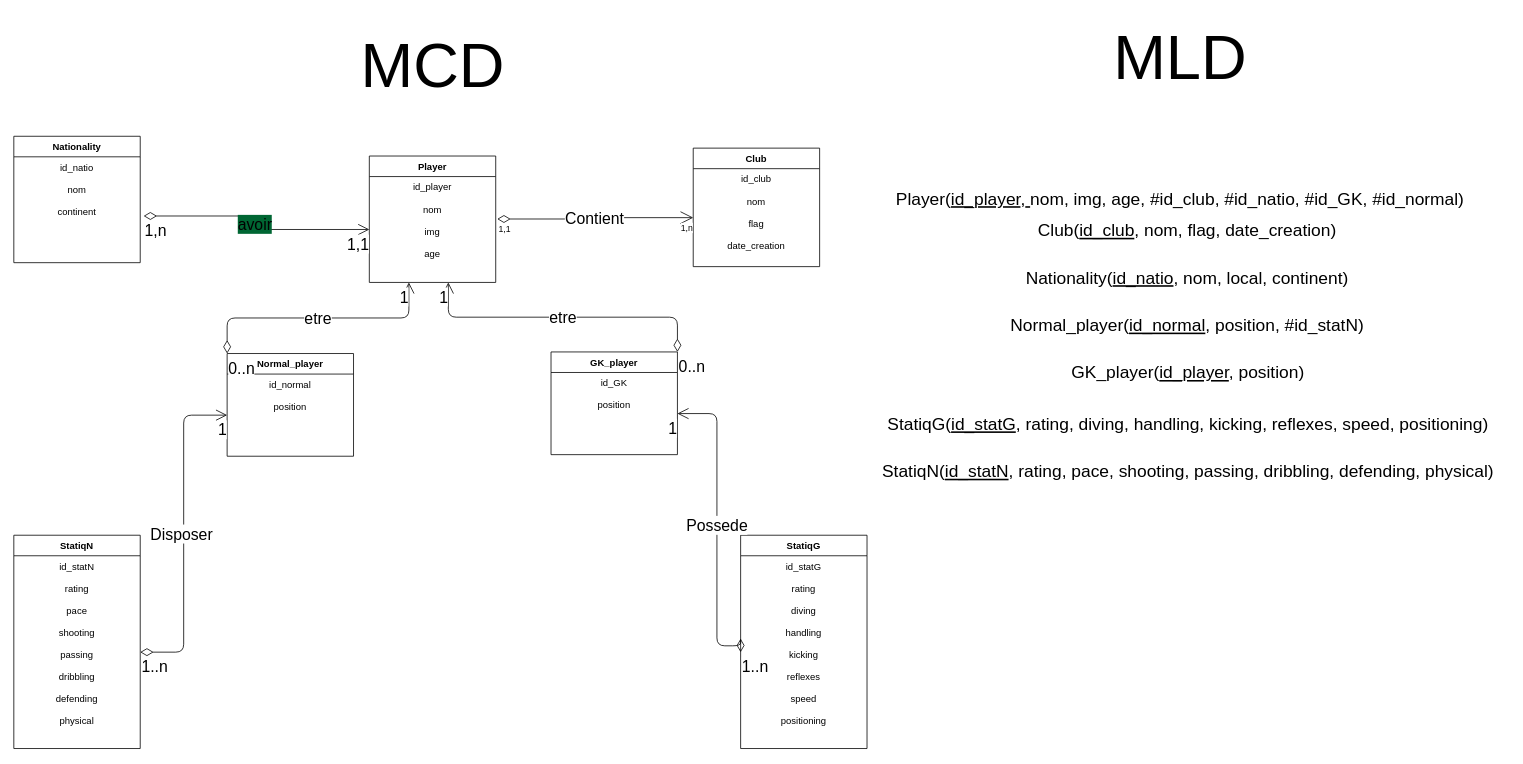
Earlier version of the draw.io diagram conception/test.drawio (abdell3/PHP-FUT). Source tidied: cells renumbered, new cells numbered last; positions are measured from the earlier drawing's top-left corner, leaving out a move shared by most shapes. Both pictures are drawn from the tidied source at 79%, with x=0, y=0 at pixel (13, 13).
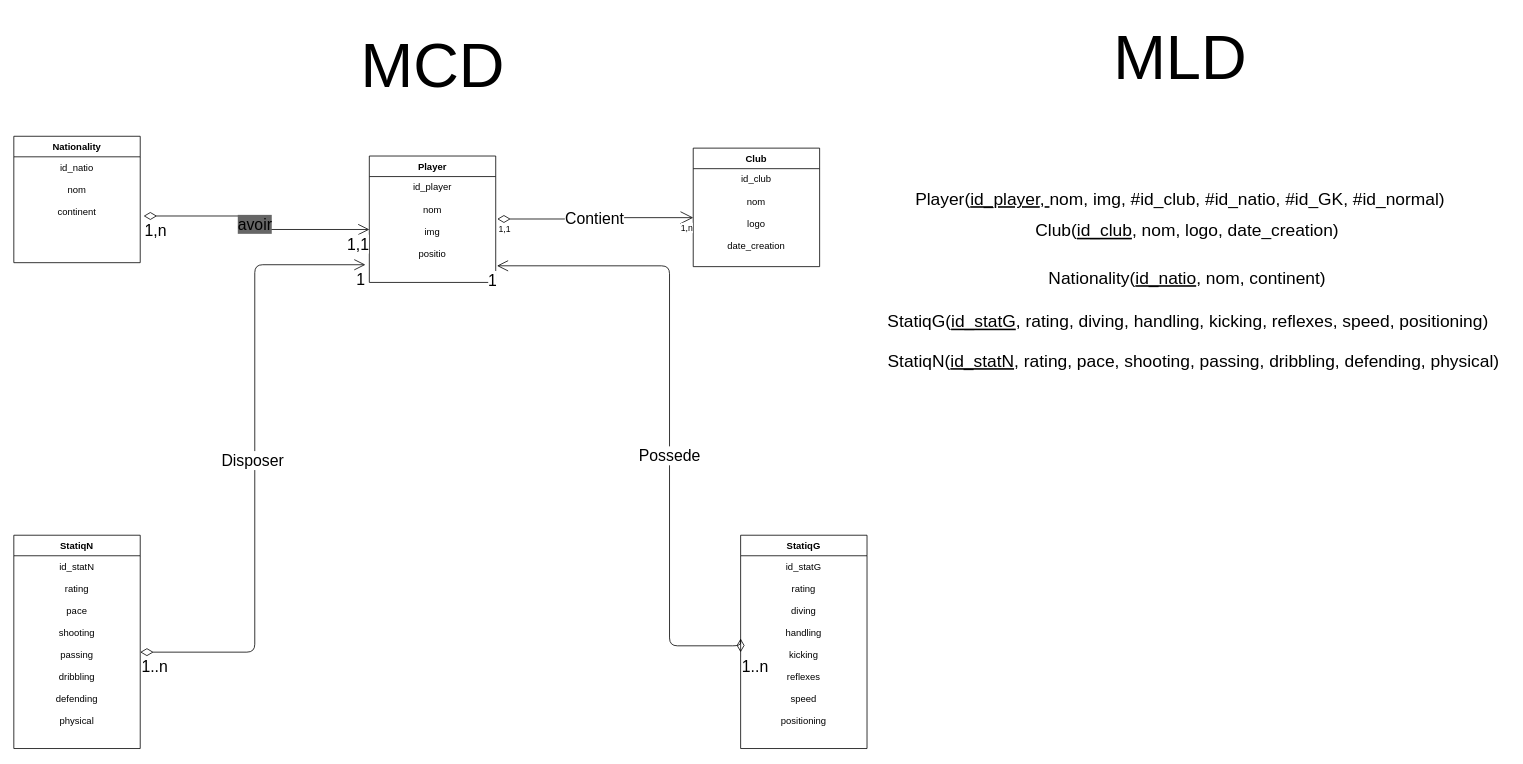
Above is the later version.

Commit message (it also covers changes not shown here):
Creer les tableaux, inserer les données dans les tableaux, modifier l MCD et MLD

Unchanged cells that the change refers to:
```xml
<mxCell id="2" value="Player" style="swimlane;fontStyle=1;align=center;verticalAlign=top;horizontal=1;startSize=26;" parent="1" vertex="1">
  <mxGeometry x="450" y="180" width="160" height="160" as="geometry" />
</mxCell>
<mxCell id="5" value="id_natio&#10;&#10;nom&#10;&#10;continent&#10;&#10;&#10;" style="text;strokeColor=none;fillColor=none;align=center;verticalAlign=top;spacingLeft=4;spacingRight=4;overflow=hidden;points=[[0,0.5],[1,0.5]];portConstraint=eastwest;" parent="4" vertex="1">
  <mxGeometry y="26" width="160" height="134" as="geometry" />
</mxCell>
<mxCell id="7" value="id_statN&#10;&#10;rating&#10;&#10;pace&#10;&#10;shooting&#10;&#10;passing&#10;&#10;dribbling&#10;&#10;defending&#10;&#10;physical" style="text;strokeColor=none;fillColor=none;align=center;verticalAlign=top;spacingLeft=4;spacingRight=4;overflow=hidden;points=[[0,0.5],[1,0.5]];portConstraint=eastwest;" parent="6" vertex="1">
  <mxGeometry y="26" width="160" height="244" as="geometry" />
</mxCell>
<mxCell id="11" value="Club" style="swimlane;fontStyle=1;align=center;verticalAlign=top;horizontal=1;startSize=26;" parent="1" vertex="1">
  <mxGeometry x="860" y="170" width="160" height="150" as="geometry" />
</mxCell>
<mxCell id="36" value="id_statG&#10;&#10;rating&#10;&#10;diving&#10;&#10;handling&#10;&#10;kicking&#10;&#10;reflexes&#10;&#10;speed&#10;&#10;positioning" style="text;strokeColor=none;fillColor=none;align=center;verticalAlign=top;spacingLeft=4;spacingRight=4;overflow=hidden;points=[[0,0.5],[1,0.5]];portConstraint=eastwest;" parent="35" vertex="1">
  <mxGeometry y="26" width="160" height="244" as="geometry" />
</mxCell>
```

What changed in the source:
```diff
@@
-    <mxCell id="3" value="id_player&#10;&#10;nom&#10;&#10;img&#10;&#10;age&#10;&#10;&#10;" style="text;strokeColor=none;fillColor=none;align=center;verticalAlign=top;spacingLeft=4;spacingRight=4;overflow=hidden;points=[[0,0.5],[1,0.5]];portConstraint=eastwest;fontFamily=Helvetica;" parent="2" vertex="1">
+    <mxCell id="3" value="id_player&#10;&#10;nom&#10;&#10;img&#10;&#10;positio" style="text;strokeColor=none;fillColor=none;align=center;verticalAlign=top;spacingLeft=4;spacingRight=4;overflow=hidden;points=[[0,0.5],[1,0.5]];portConstraint=eastwest;fontFamily=Helvetica;" parent="2" vertex="1">
       <mxGeometry y="26" width="160" height="134" as="geometry" />
     </mxCell>
@@
-    <mxCell id="8" value="avoir" style="endArrow=open;html=1;endSize=12;startArrow=diamondThin;startSize=14;startFill=0;edgeStyle=orthogonalEdgeStyle;fontFamily=Helvetica;fontSize=20;exitX=1.027;exitY=0.559;exitDx=0;exitDy=0;exitPerimeter=0;entryX=0;entryY=0.5;entryDx=0;entryDy=0;labelBackgroundColor=#006633;" parent="1" edge="1" source="5" target="3">
+    <mxCell id="8" value="avoir" style="endArrow=open;html=1;endSize=12;startArrow=diamondThin;startSize=14;startFill=0;edgeStyle=orthogonalEdgeStyle;fontFamily=Helvetica;fontSize=20;exitX=1.027;exitY=0.559;exitDx=0;exitDy=0;exitPerimeter=0;entryX=0;entryY=0.5;entryDx=0;entryDy=0;labelBackgroundColor=#666666;" parent="1" edge="1" source="5" target="3">
       <mxGeometry relative="1" as="geometry" />
     </mxCell>
@@
-    <mxCell id="12" value="id_club&#10;&#10;nom&#10;&#10;flag&#10;&#10;date_creation&#10;&#10;&#10;" style="text;strokeColor=none;fillColor=none;align=center;verticalAlign=top;spacingLeft=4;spacingRight=4;overflow=hidden;points=[[0,0.5],[1,0.5]];portConstraint=eastwest;" parent="11" vertex="1">
+    <mxCell id="12" value="id_club&#10;&#10;nom&#10;&#10;logo&#10;&#10;date_creation&#10;&#10;&#10;" style="text;strokeColor=none;fillColor=none;align=center;verticalAlign=top;spacingLeft=4;spacingRight=4;overflow=hidden;points=[[0,0.5],[1,0.5]];portConstraint=eastwest;" parent="11" vertex="1">
       <mxGeometry y="26" width="160" height="124" as="geometry" />
     </mxCell>
-    <mxCell id="13" value="Normal_player(&lt;u style=&quot;font-size: 22px;&quot;&gt;id_normal&lt;/u&gt;, position, #id_statN)" style="text;html=1;align=center;verticalAlign=middle;strokeColor=none;fillColor=none;fontSize=22;fontFamily=Helvetica;" parent="1" vertex="1">
-      <mxGeometry x="1250" y="375" width="470" height="40" as="geometry" />
-    </mxCell>
-    <mxCell id="14" value="Club(&lt;u style=&quot;font-size: 22px;&quot;&gt;id_club&lt;/u&gt;, nom, flag, date_creation)" style="text;html=1;align=center;verticalAlign=middle;strokeColor=none;fillColor=none;fontSize=22;fontFamily=Helvetica;" parent="1" vertex="1">
-      <mxGeometry x="1285" y="255" width="400" height="40" as="geometry" />
+    <mxCell id="14" value="Club(&lt;u style=&quot;font-size: 22px;&quot;&gt;id_club&lt;/u&gt;, nom, logo, date_creation)" style="text;html=1;align=center;verticalAlign=middle;strokeColor=none;fillColor=none;fontSize=22;fontFamily=Helvetica;" parent="1" vertex="1">
+      <mxGeometry x="1280" y="255" width="410" height="40" as="geometry" />
     </mxCell>
-    <mxCell id="15" value="GK_player(&lt;u style=&quot;font-size: 22px;&quot;&gt;id_player&lt;/u&gt;, position)" style="text;html=1;align=center;verticalAlign=middle;strokeColor=none;fillColor=none;fontSize=22;fontFamily=Helvetica;" parent="1" vertex="1">
-      <mxGeometry x="1326" y="435" width="320" height="40" as="geometry" />
-    </mxCell>
-    <mxCell id="16" value="Nationality(&lt;u style=&quot;font-size: 22px;&quot;&gt;id_natio&lt;/u&gt;, nom, local, continent)" style="text;html=1;align=center;verticalAlign=middle;strokeColor=none;fillColor=none;fontSize=22;fontFamily=Helvetica;" parent="1" vertex="1">
-      <mxGeometry x="1270" y="315" width="430" height="40" as="geometry" />
+    <mxCell id="16" value="Nationality(&lt;u style=&quot;font-size: 22px;&quot;&gt;id_natio&lt;/u&gt;, nom, continent)" style="text;html=1;align=center;verticalAlign=middle;strokeColor=none;fillColor=none;fontSize=22;fontFamily=Helvetica;" parent="1" vertex="1">
+      <mxGeometry x="1300" y="315" width="370" height="40" as="geometry" />
     </mxCell>
     <mxCell id="17" value="StatiqG(&lt;span style=&quot;font-size: 22px;&quot;&gt;&lt;u&gt;id_statG&lt;/u&gt;&lt;/span&gt;, rating, diving, handling, kicking, reflexes, speed, positioning)" style="text;html=1;align=center;verticalAlign=middle;strokeColor=none;fillColor=none;fontSize=22;fontFamily=Helvetica;" parent="1" vertex="1">
-      <mxGeometry x="1096" y="500" width="780" height="40" as="geometry" />
+      <mxGeometry x="1096" y="370" width="780" height="40" as="geometry" />
     </mxCell>
     <mxCell id="18" value="StatiqN(&lt;u&gt;id_statN&lt;/u&gt;, rating, pace, shooting, passing, dribbling, defending, physical)" style="text;html=1;align=center;verticalAlign=middle;strokeColor=none;fillColor=none;fontSize=22;fontFamily=Helvetica;" parent="1" vertex="1">
-      <mxGeometry x="1086" y="560" width="800" height="40" as="geometry" />
+      <mxGeometry x="1093" y="420" width="800" height="40" as="geometry" />
     </mxCell>
-    <mxCell id="19" value="&lt;font style=&quot;font-size: 22px;&quot;&gt;Player(&lt;u style=&quot;font-size: 22px;&quot;&gt;id_player&lt;/u&gt;,&lt;u style=&quot;font-size: 22px;&quot;&gt;&amp;nbsp;&lt;/u&gt;nom, img, age, #id_club, #id_natio, #id_GK, #id_normal)&lt;/font&gt;" style="text;html=1;align=center;verticalAlign=middle;strokeColor=none;fillColor=none;fontSize=22;fontFamily=Helvetica;" parent="1" vertex="1">
-      <mxGeometry x="1106" y="215" width="740" height="40" as="geometry" />
+    <mxCell id="19" value="&lt;font style=&quot;font-size: 22px;&quot;&gt;Player(&lt;u style=&quot;font-size: 22px;&quot;&gt;id_player&lt;/u&gt;,&lt;u style=&quot;font-size: 22px;&quot;&gt;&amp;nbsp;&lt;/u&gt;nom, img, #id_club, #id_natio, #id_GK, #id_normal)&lt;/font&gt;" style="text;html=1;align=center;verticalAlign=middle;strokeColor=none;fillColor=none;fontSize=22;fontFamily=Helvetica;" parent="1" vertex="1">
+      <mxGeometry x="1131" y="215" width="690" height="40" as="geometry" />
     </mxCell>
@@
-    <mxCell id="25" value="Normal_player" style="swimlane;fontStyle=1;align=center;verticalAlign=top;horizontal=1;startSize=26;" parent="1" vertex="1">
-      <mxGeometry x="270" y="430" width="160" height="130" as="geometry" />
-    </mxCell>
-    <mxCell id="26" value="id_normal&#10;&#10;position&#10;&#10;" style="text;strokeColor=none;fillColor=none;align=center;verticalAlign=top;spacingLeft=4;spacingRight=4;overflow=hidden;points=[[0,0.5],[1,0.5]];portConstraint=eastwest;fontFamily=Helvetica;" parent="25" vertex="1">
-      <mxGeometry y="26" width="160" height="104" as="geometry" />
-    </mxCell>
-    <mxCell id="27" value="GK_player" style="swimlane;fontStyle=1;align=center;verticalAlign=top;horizontal=1;startSize=26;" parent="1" vertex="1">
-      <mxGeometry x="680" y="428" width="160" height="130" as="geometry" />
-    </mxCell>
-    <mxCell id="28" value="id_GK&#10;&#10;position" style="text;strokeColor=none;fillColor=none;align=center;verticalAlign=top;spacingLeft=4;spacingRight=4;overflow=hidden;points=[[0,0.5],[1,0.5]];portConstraint=eastwest;fontFamily=Helvetica;" parent="27" vertex="1">
-      <mxGeometry y="26" width="160" height="104" as="geometry" />
-    </mxCell>
-    <mxCell id="29" value="etre" style="endArrow=open;html=1;endSize=12;startArrow=diamondThin;startSize=14;startFill=0;edgeStyle=orthogonalEdgeStyle;fontSize=20;exitX=0;exitY=0;exitDx=0;exitDy=0;entryX=0.313;entryY=1;entryDx=0;entryDy=0;entryPerimeter=0;" parent="1" edge="1" source="25" target="3">
-      <mxGeometry relative="1" as="geometry" />
-    </mxCell>
-    <mxCell id="30" value="0..n" style="edgeLabel;html=1;align=left;verticalAlign=top;fontSize=20;" parent="29" vertex="1">
-      <mxGeometry x="-1" relative="1" as="geometry" />
-    </mxCell>
-    <mxCell id="31" value="1" style="edgeLabel;html=1;align=right;verticalAlign=top;fontSize=20;" parent="29" vertex="1">
-      <mxGeometry x="1" relative="1" as="geometry" />
-    </mxCell>
-    <mxCell id="32" value="etre" style="endArrow=open;html=1;endSize=12;startArrow=diamondThin;startSize=14;startFill=0;edgeStyle=orthogonalEdgeStyle;fontSize=20;exitX=1;exitY=0;exitDx=0;exitDy=0;entryX=0.625;entryY=1;entryDx=0;entryDy=0;entryPerimeter=0;" parent="1" edge="1" source="27" target="3">
-      <mxGeometry relative="1" as="geometry" />
-    </mxCell>
-    <mxCell id="33" value="0..n" style="edgeLabel;html=1;align=left;verticalAlign=top;fontSize=20;" parent="32" vertex="1">
-      <mxGeometry x="-1" relative="1" as="geometry" />
-    </mxCell>
-    <mxCell id="34" value="1" style="edgeLabel;html=1;align=right;verticalAlign=top;fontSize=20;" parent="32" vertex="1">
-      <mxGeometry x="1" relative="1" as="geometry" />
-    </mxCell>
@@
-    <mxCell id="37" value="Disposer&amp;nbsp;" style="endArrow=open;html=1;endSize=12;startArrow=diamondThin;startSize=14;startFill=0;edgeStyle=orthogonalEdgeStyle;fontSize=20;entryX=0;entryY=0.5;entryDx=0;entryDy=0;" parent="1" edge="1" source="7" target="26">
+    <mxCell id="37" value="Disposer&amp;nbsp;" style="endArrow=open;html=1;endSize=12;startArrow=diamondThin;startSize=14;startFill=0;edgeStyle=orthogonalEdgeStyle;fontSize=20;entryX=-0.031;entryY=0.833;entryDx=0;entryDy=0;entryPerimeter=0;" parent="1" edge="1" source="7" target="3">
       <mxGeometry relative="1" as="geometry" />
     </mxCell>
@@
-    <mxCell id="40" value="Possede" style="endArrow=open;html=1;endSize=12;startArrow=diamondThin;startSize=14;startFill=0;edgeStyle=orthogonalEdgeStyle;fontSize=20;exitX=0;exitY=0.5;exitDx=0;exitDy=0;entryX=1;entryY=0.5;entryDx=0;entryDy=0;" parent="1" edge="1" source="36" target="28">
-      <mxGeometry relative="1" as="geometry">
+    <mxCell id="40" value="Possede" style="endArrow=open;html=1;endSize=12;startArrow=diamondThin;startSize=14;startFill=0;edgeStyle=orthogonalEdgeStyle;fontSize=20;exitX=0;exitY=0.5;exitDx=0;exitDy=0;entryX=1.01;entryY=0.843;entryDx=0;entryDy=0;entryPerimeter=0;" parent="1" edge="1" source="36" target="3">
+      <mxGeometry x="-0.15" relative="1" as="geometry">
         <Array as="points">
           <mxPoint x="920" y="800" />
-          <mxPoint x="890" y="800" />
-          <mxPoint x="890" y="506" />
+          <mxPoint x="830" y="800" />
+          <mxPoint x="830" y="319" />
         </Array>
       </mxGeometry>
     </mxCell>
```
